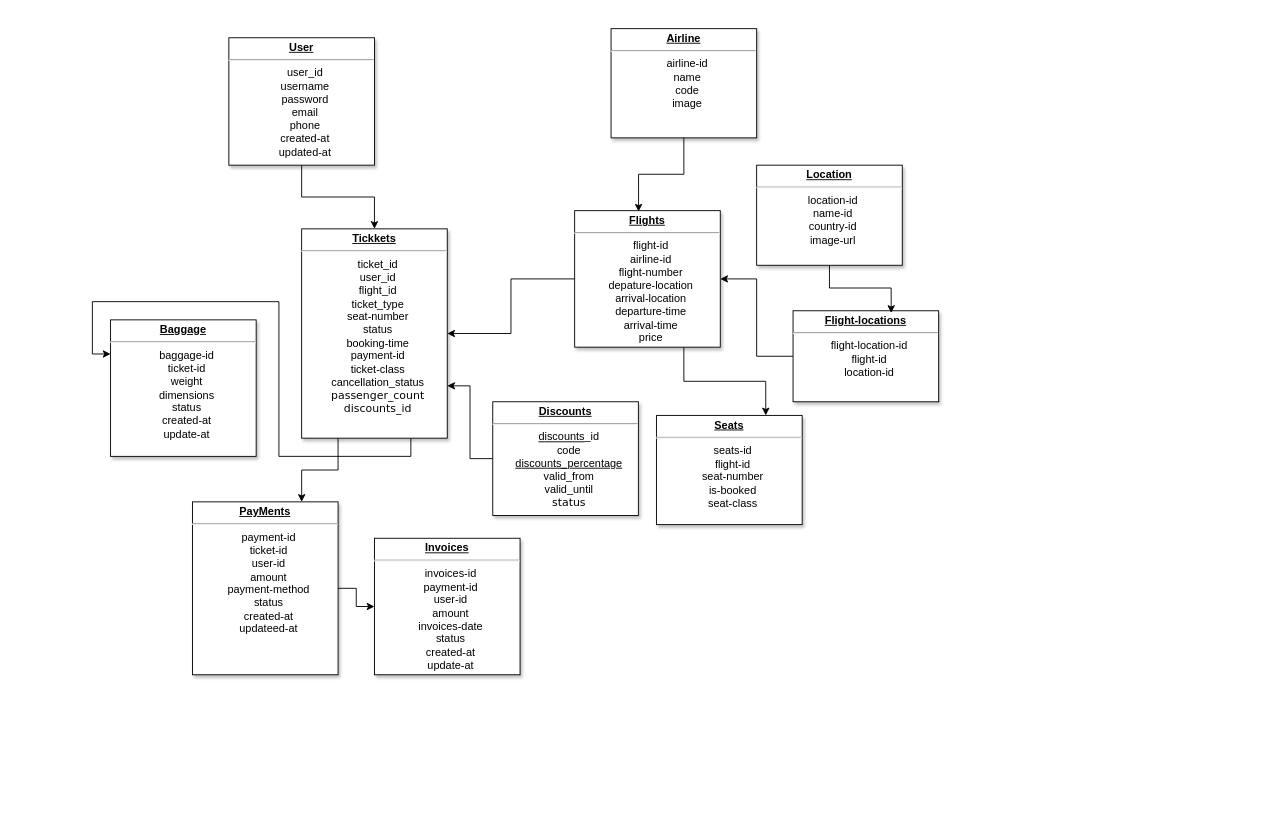
DungZG/TrackingFlight keeps this draw.io diagram as page "DataBase" (1 of 4) of Biểu đồ không có tiêu đề.drawio. Above is the earlier version. Source tidied: cells renumbered, new cells numbered last; positions are measured from the earlier drawing's top-left corner, leaving out a move shared by most shapes. Both pictures are drawn from the tidied source at 91%, with x=0, y=0 at pixel (110, 28).
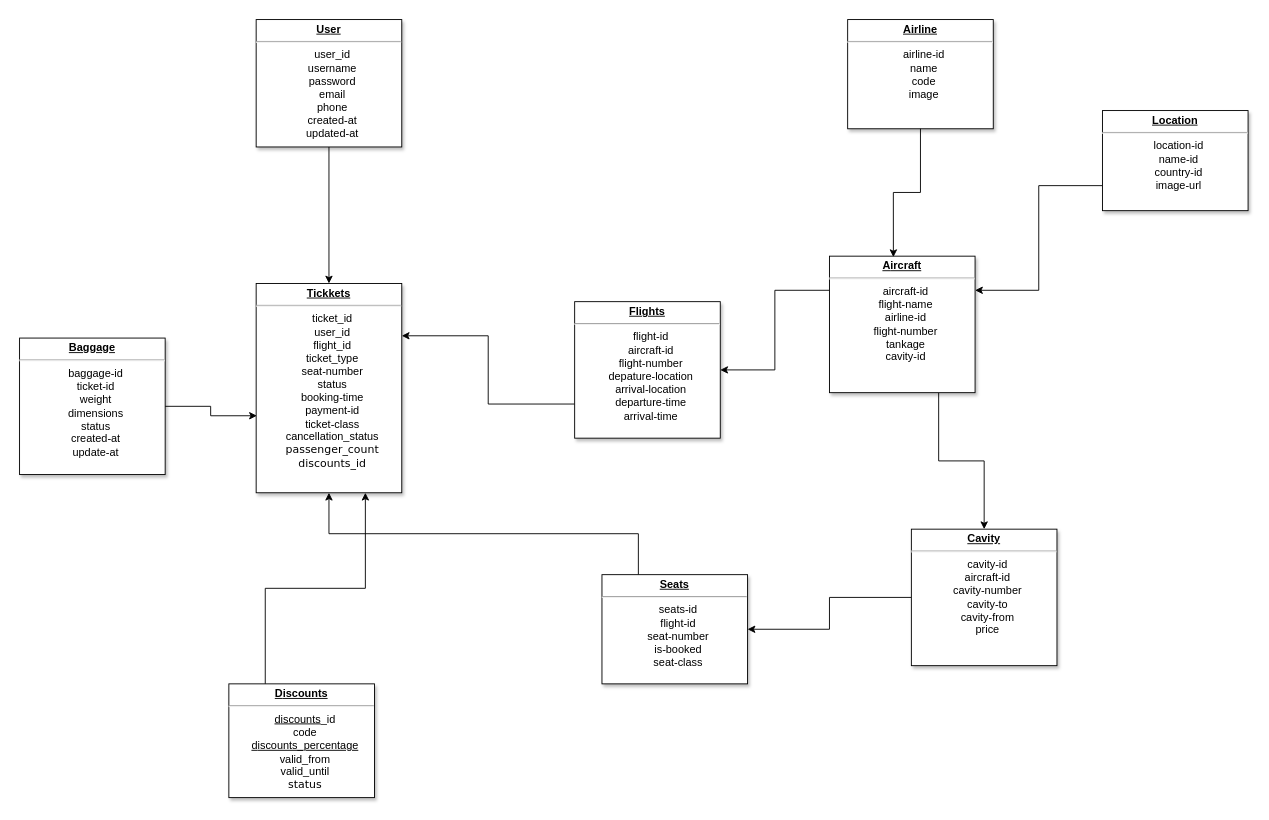
The same diagram, later.

Commit message:
Cập nhật Biểu đồ không có tiêu đề.drawio

What changed in the source:
```diff
@@
     <mxCell id="3" value="&lt;p style=&quot;text-align: center; margin: 4px 0px 0px;&quot;&gt;&lt;b style=&quot;text-decoration-line: underline;&quot;&gt;Us&lt;/b&gt;&lt;span style=&quot;background-color: transparent;&quot;&gt;&lt;b&gt;&lt;u&gt;er&lt;/u&gt;&lt;/b&gt;&lt;/span&gt;&lt;/p&gt;&lt;hr style=&quot;text-align: center;&quot;&gt;&lt;p style=&quot;text-align: center; margin: 0px 0px 0px 8px;&quot;&gt;user_id&lt;/p&gt;&lt;p style=&quot;text-align: center; margin: 0px 0px 0px 8px;&quot;&gt;username&lt;/p&gt;&lt;p style=&quot;text-align: center; margin: 0px 0px 0px 8px;&quot;&gt;password&lt;/p&gt;&lt;p style=&quot;text-align: center; margin: 0px 0px 0px 8px;&quot;&gt;email&lt;/p&gt;&lt;p style=&quot;text-align: center; margin: 0px 0px 0px 8px;&quot;&gt;phone&lt;/p&gt;&lt;p style=&quot;text-align: center; margin: 0px 0px 0px 8px;&quot;&gt;created-at&lt;/p&gt;&lt;p style=&quot;text-align: center; margin: 0px 0px 0px 8px;&quot;&gt;updated-at&lt;/p&gt;" style="verticalAlign=top;align=left;overflow=fill;fontSize=12;fontFamily=Helvetica;html=1;shadow=1;labelBackgroundColor=none;" parent="1" vertex="1">
-      <mxGeometry x="130" y="10" width="160" height="140" as="geometry" />
+      <mxGeometry x="160" y="-10" width="160" height="140" as="geometry" />
     </mxCell>
-    <mxCell id="4" style="edgeStyle=orthogonalEdgeStyle;rounded=0;jettySize=auto;html=1;exitX=0.75;exitY=1;exitDx=0;exitDy=0;entryX=0;entryY=0.25;entryDx=0;entryDy=0;labelBackgroundColor=none;fontColor=default;" parent="1" edge="1" source="6" target="7">
-      <mxGeometry relative="1" as="geometry" />
-    </mxCell>
-    <mxCell id="5" style="edgeStyle=orthogonalEdgeStyle;rounded=0;jettySize=auto;html=1;exitX=0.25;exitY=1;exitDx=0;exitDy=0;entryX=0.75;entryY=0;entryDx=0;entryDy=0;" parent="1" edge="1" source="6" target="19">
-      <mxGeometry relative="1" as="geometry" />
-    </mxCell>
     <mxCell id="6" value="&lt;p style=&quot;text-align: center; margin: 4px 0px 0px;&quot;&gt;&lt;b&gt;&lt;u&gt;Tickkets&lt;/u&gt;&lt;/b&gt;&lt;/p&gt;&lt;hr style=&quot;text-align: center;&quot;&gt;&lt;p style=&quot;text-align: center; margin: 0px 0px 0px 8px;&quot;&gt;ticket_id&lt;/p&gt;&lt;p style=&quot;text-align: center; margin: 0px 0px 0px 8px;&quot;&gt;user_id&lt;/p&gt;&lt;p style=&quot;text-align: center; margin: 0px 0px 0px 8px;&quot;&gt;flight_id&lt;/p&gt;&lt;p style=&quot;text-align: center; margin: 0px 0px 0px 8px;&quot;&gt;ticket_type&lt;/p&gt;&lt;p style=&quot;text-align: center; margin: 0px 0px 0px 8px;&quot;&gt;seat-number&lt;/p&gt;&lt;p style=&quot;text-align: center; margin: 0px 0px 0px 8px;&quot;&gt;status&lt;/p&gt;&lt;p style=&quot;text-align: center; margin: 0px 0px 0px 8px;&quot;&gt;booking-time&lt;/p&gt;&lt;p style=&quot;text-align: center; margin: 0px 0px 0px 8px;&quot;&gt;payment-id&lt;/p&gt;&lt;p style=&quot;text-align: center; margin: 0px 0px 0px 8px;&quot;&gt;ticket-class&lt;/p&gt;&lt;p style=&quot;text-align: center; margin: 0px 0px 0px 8px;&quot;&gt;cancellation_status&lt;/p&gt;&lt;p style=&quot;text-align: center; margin: 0px 0px 0px 8px;&quot;&gt;&lt;span style=&quot;font-family: &amp;quot;trebuchet ms&amp;quot;, verdana, arial, sans-serif; text-align: start;&quot;&gt;&lt;font&gt;passenger_count&lt;/font&gt;&lt;/span&gt;&lt;/p&gt;&lt;p style=&quot;text-align: center; margin: 0px 0px 0px 8px;&quot;&gt;&lt;span style=&quot;font-family: &amp;quot;trebuchet ms&amp;quot;, verdana, arial, sans-serif; text-align: start;&quot;&gt;&lt;font&gt;discounts_id&lt;/font&gt;&lt;/span&gt;&lt;/p&gt;" style="verticalAlign=top;align=left;overflow=fill;fontSize=12;fontFamily=Helvetica;html=1;shadow=1;labelBackgroundColor=none;" parent="1" vertex="1">
-      <mxGeometry x="210" y="220" width="160" height="230" as="geometry" />
+      <mxGeometry x="160" y="280" width="160" height="230" as="geometry" />
     </mxCell>
     <mxCell id="7" value="&lt;p style=&quot;text-align: center; margin: 4px 0px 0px;&quot;&gt;&lt;b&gt;&lt;u&gt;Baggage&lt;/u&gt;&lt;/b&gt;&lt;/p&gt;&lt;hr style=&quot;text-align: center;&quot;&gt;&lt;p style=&quot;text-align: center; margin: 0px 0px 0px 8px;&quot;&gt;baggage-id&lt;/p&gt;&lt;p style=&quot;text-align: center; margin: 0px 0px 0px 8px;&quot;&gt;ticket-id&lt;/p&gt;&lt;p style=&quot;text-align: center; margin: 0px 0px 0px 8px;&quot;&gt;weight&lt;/p&gt;&lt;p style=&quot;text-align: center; margin: 0px 0px 0px 8px;&quot;&gt;dimensions&lt;/p&gt;&lt;p style=&quot;text-align: center; margin: 0px 0px 0px 8px;&quot;&gt;status&lt;/p&gt;&lt;p style=&quot;text-align: center; margin: 0px 0px 0px 8px;&quot;&gt;created-at&lt;/p&gt;&lt;p style=&quot;text-align: center; margin: 0px 0px 0px 8px;&quot;&gt;update-at&lt;/p&gt;" style="verticalAlign=top;align=left;overflow=fill;fontSize=12;fontFamily=Helvetica;html=1;shadow=1;labelBackgroundColor=none;" parent="1" vertex="1">
-      <mxGeometry y="320" width="160" height="150" as="geometry" />
+      <mxGeometry x="-100" y="340" width="160" height="150" as="geometry" />
     </mxCell>
-    <mxCell id="8" style="edgeStyle=orthogonalEdgeStyle;rounded=0;jettySize=auto;html=1;entryX=1;entryY=0.5;entryDx=0;entryDy=0;labelBackgroundColor=none;fontColor=default;" parent="1" edge="1" source="10" target="6">
-      <mxGeometry relative="1" as="geometry" />
-    </mxCell>
-    <mxCell id="9" style="edgeStyle=orthogonalEdgeStyle;rounded=0;jettySize=auto;html=1;exitX=0.75;exitY=1;exitDx=0;exitDy=0;entryX=0.75;entryY=0;entryDx=0;entryDy=0;" parent="1" edge="1" source="10" target="11">
-      <mxGeometry relative="1" as="geometry" />
-    </mxCell>
+    <mxCell id="23" style="edgeStyle=orthogonalEdgeStyle;rounded=0;jettySize=auto;html=1;exitX=0;exitY=0.25;exitDx=0;exitDy=0;entryX=1;entryY=0.5;entryDx=0;entryDy=0;" parent="1" edge="1" source="10" target="29">
+      <mxGeometry relative="1" as="geometry" />
+    </mxCell>
+    <mxCell id="24" style="edgeStyle=orthogonalEdgeStyle;rounded=0;jettySize=auto;html=1;exitX=0.75;exitY=1;exitDx=0;exitDy=0;entryX=0.5;entryY=0;entryDx=0;entryDy=0;" parent="1" edge="1" source="10" target="31">
+      <mxGeometry relative="1" as="geometry" />
+    </mxCell>
-    <mxCell id="10" value="&lt;p style=&quot;text-align: center; margin: 4px 0px 0px;&quot;&gt;&lt;b&gt;&lt;u&gt;Flights&lt;/u&gt;&lt;/b&gt;&lt;/p&gt;&lt;hr style=&quot;text-align: center;&quot;&gt;&lt;p style=&quot;text-align: center; margin: 0px 0px 0px 8px;&quot;&gt;flight-id&lt;/p&gt;&lt;p style=&quot;text-align: center; margin: 0px 0px 0px 8px;&quot;&gt;airline-id&lt;/p&gt;&lt;p style=&quot;text-align: center; margin: 0px 0px 0px 8px;&quot;&gt;flight-number&lt;/p&gt;&lt;p style=&quot;text-align: center; margin: 0px 0px 0px 8px;&quot;&gt;depature-location&lt;/p&gt;&lt;p style=&quot;text-align: center; margin: 0px 0px 0px 8px;&quot;&gt;arrival-location&lt;/p&gt;&lt;p style=&quot;text-align: center; margin: 0px 0px 0px 8px;&quot;&gt;departure-time&lt;/p&gt;&lt;p style=&quot;text-align: center; margin: 0px 0px 0px 8px;&quot;&gt;arrival-time&lt;/p&gt;&lt;p style=&quot;text-align: center; margin: 0px 0px 0px 8px;&quot;&gt;price&lt;/p&gt;" style="verticalAlign=top;align=left;overflow=fill;fontSize=12;fontFamily=Helvetica;html=1;shadow=1;labelBackgroundColor=none;" parent="1" vertex="1">
-      <mxGeometry x="510" y="200" width="160" height="150" as="geometry" />
+    <mxCell id="10" value="&lt;p style=&quot;text-align: center; margin: 4px 0px 0px;&quot;&gt;&lt;b&gt;&lt;u&gt;A&lt;/u&gt;&lt;/b&gt;&lt;span style=&quot;background-color: transparent;&quot;&gt;&lt;b&gt;&lt;u&gt;ircraft&lt;/u&gt;&lt;/b&gt;&lt;/span&gt;&lt;/p&gt;&lt;hr style=&quot;text-align: center;&quot;&gt;&lt;p style=&quot;text-align: center; margin: 0px 0px 0px 8px;&quot;&gt;aircraft-id&lt;/p&gt;&lt;p style=&quot;text-align: center; margin: 0px 0px 0px 8px;&quot;&gt;flight-name&lt;/p&gt;&lt;p style=&quot;text-align: center; margin: 0px 0px 0px 8px;&quot;&gt;airline-id&lt;/p&gt;&lt;p style=&quot;text-align: center; margin: 0px 0px 0px 8px;&quot;&gt;flight-number&lt;/p&gt;&lt;p style=&quot;text-align: center; margin: 0px 0px 0px 8px;&quot;&gt;tankage&lt;/p&gt;&lt;p style=&quot;text-align: center; margin: 0px 0px 0px 8px;&quot;&gt;cavity-id&lt;/p&gt;&lt;p style=&quot;text-align: center; margin: 0px 0px 0px 8px;&quot;&gt;&lt;br&gt;&lt;/p&gt;&lt;p style=&quot;text-align: center; margin: 0px 0px 0px 8px;&quot;&gt;&lt;br&gt;&lt;/p&gt;" style="verticalAlign=top;align=left;overflow=fill;fontSize=12;fontFamily=Helvetica;html=1;shadow=1;labelBackgroundColor=none;" parent="1" vertex="1">
+      <mxGeometry x="790" y="250" width="160" height="150" as="geometry" />
     </mxCell>
+    <mxCell id="25" style="edgeStyle=orthogonalEdgeStyle;rounded=0;jettySize=auto;html=1;exitX=0.25;exitY=0;exitDx=0;exitDy=0;entryX=0.5;entryY=1;entryDx=0;entryDy=0;" parent="1" edge="1" source="11" target="6">
+      <mxGeometry relative="1" as="geometry" />
+    </mxCell>
     <mxCell id="11" value="&lt;p style=&quot;text-align: center; margin: 4px 0px 0px;&quot;&gt;&lt;b&gt;&lt;u&gt;Seats&lt;/u&gt;&lt;/b&gt;&lt;/p&gt;&lt;hr style=&quot;text-align: center;&quot;&gt;&lt;p style=&quot;text-align: center; margin: 0px 0px 0px 8px;&quot;&gt;seats-id&lt;/p&gt;&lt;p style=&quot;text-align: center; margin: 0px 0px 0px 8px;&quot;&gt;flight-id&lt;/p&gt;&lt;p style=&quot;text-align: center; margin: 0px 0px 0px 8px;&quot;&gt;seat-number&lt;/p&gt;&lt;p style=&quot;text-align: center; margin: 0px 0px 0px 8px;&quot;&gt;is-booked&lt;/p&gt;&lt;p style=&quot;text-align: center; margin: 0px 0px 0px 8px;&quot;&gt;seat-class&lt;/p&gt;" style="verticalAlign=top;align=left;overflow=fill;fontSize=12;fontFamily=Helvetica;html=1;shadow=1;labelBackgroundColor=none;" parent="1" vertex="1">
-      <mxGeometry x="600" y="425" width="160" height="120" as="geometry" />
+      <mxGeometry x="540" y="600" width="160" height="120" as="geometry" />
     </mxCell>
     <mxCell id="12" value="&lt;p style=&quot;text-align: center; margin: 4px 0px 0px;&quot;&gt;&lt;b&gt;&lt;u&gt;A&lt;/u&gt;&lt;/b&gt;&lt;span style=&quot;background-color: transparent;&quot;&gt;&lt;b&gt;&lt;u&gt;irline&lt;/u&gt;&lt;/b&gt;&lt;/span&gt;&lt;/p&gt;&lt;hr style=&quot;text-align: center;&quot;&gt;&lt;p style=&quot;text-align: center; margin: 0px 0px 0px 8px;&quot;&gt;airline-id&lt;/p&gt;&lt;p style=&quot;text-align: center; margin: 0px 0px 0px 8px;&quot;&gt;name&lt;/p&gt;&lt;p style=&quot;text-align: center; margin: 0px 0px 0px 8px;&quot;&gt;code&lt;/p&gt;&lt;p style=&quot;text-align: center; margin: 0px 0px 0px 8px;&quot;&gt;image&lt;/p&gt;" style="verticalAlign=top;align=left;overflow=fill;fontSize=12;fontFamily=Helvetica;html=1;shadow=1;labelBackgroundColor=none;" parent="1" vertex="1">
-      <mxGeometry x="550" width="160" height="120" as="geometry" />
+      <mxGeometry x="810" y="-10" width="160" height="120" as="geometry" />
     </mxCell>
-    <mxCell id="13" style="edgeStyle=orthogonalEdgeStyle;rounded=0;jettySize=auto;html=1;entryX=1;entryY=0.5;entryDx=0;entryDy=0;" parent="1" edge="1" source="14" target="10">
-      <mxGeometry relative="1" as="geometry" />
-    </mxCell>
-    <mxCell id="14" value="&lt;p style=&quot;text-align: center; margin: 4px 0px 0px;&quot;&gt;&lt;b&gt;&lt;u&gt;Flight-locations&lt;/u&gt;&lt;/b&gt;&lt;/p&gt;&lt;hr style=&quot;text-align: center;&quot;&gt;&lt;p style=&quot;text-align: center; margin: 0px 0px 0px 8px;&quot;&gt;flight-location-id&lt;/p&gt;&lt;p style=&quot;text-align: center; margin: 0px 0px 0px 8px;&quot;&gt;flight-id&lt;/p&gt;&lt;p style=&quot;text-align: center; margin: 0px 0px 0px 8px;&quot;&gt;location-id&lt;/p&gt;" style="verticalAlign=top;align=left;overflow=fill;fontSize=12;fontFamily=Helvetica;html=1;shadow=1;labelBackgroundColor=none;" parent="1" vertex="1">
-      <mxGeometry x="750" y="310" width="160" height="100" as="geometry" />
-    </mxCell>
+    <mxCell id="26" style="edgeStyle=orthogonalEdgeStyle;rounded=0;jettySize=auto;html=1;exitX=0;exitY=0.75;exitDx=0;exitDy=0;entryX=1;entryY=0.25;entryDx=0;entryDy=0;" parent="1" edge="1" source="15" target="10">
+      <mxGeometry relative="1" as="geometry" />
+    </mxCell>
     <mxCell id="15" value="&lt;p style=&quot;text-align: center; margin: 4px 0px 0px;&quot;&gt;&lt;b&gt;&lt;u&gt;Location&lt;/u&gt;&lt;/b&gt;&lt;/p&gt;&lt;hr style=&quot;text-align: center;&quot;&gt;&lt;p style=&quot;text-align: center; margin: 0px 0px 0px 8px;&quot;&gt;location-id&lt;/p&gt;&lt;p style=&quot;text-align: center; margin: 0px 0px 0px 8px;&quot;&gt;name-id&lt;/p&gt;&lt;p style=&quot;text-align: center; margin: 0px 0px 0px 8px;&quot;&gt;country-id&lt;/p&gt;&lt;p style=&quot;text-align: center; margin: 0px 0px 0px 8px;&quot;&gt;image-url&lt;/p&gt;" style="verticalAlign=top;align=left;overflow=fill;fontSize=12;fontFamily=Helvetica;html=1;shadow=1;labelBackgroundColor=none;" parent="1" vertex="1">
-      <mxGeometry x="710" y="150" width="160" height="110" as="geometry" />
+      <mxGeometry x="1090" y="90" width="160" height="110" as="geometry" />
     </mxCell>
@@
-    <mxCell id="17" style="edgeStyle=orthogonalEdgeStyle;rounded=0;jettySize=auto;html=1;entryX=0.674;entryY=0.024;entryDx=0;entryDy=0;entryPerimeter=0;labelBackgroundColor=none;fontColor=default;" parent="1" edge="1" source="15" target="14">
-      <mxGeometry relative="1" as="geometry" />
-    </mxCell>
-    <mxCell id="18" style="edgeStyle=orthogonalEdgeStyle;rounded=0;jettySize=auto;html=1;" parent="1" edge="1" source="19" target="20">
-      <mxGeometry relative="1" as="geometry" />
-    </mxCell>
-    <mxCell id="19" value="&lt;p style=&quot;text-align: center; margin: 4px 0px 0px;&quot;&gt;&lt;b&gt;&lt;u&gt;PayMents&lt;/u&gt;&lt;/b&gt;&lt;/p&gt;&lt;hr style=&quot;text-align: center;&quot;&gt;&lt;p style=&quot;text-align: center; margin: 0px 0px 0px 8px;&quot;&gt;payment-id&lt;/p&gt;&lt;p style=&quot;text-align: center; margin: 0px 0px 0px 8px;&quot;&gt;ticket-id&lt;/p&gt;&lt;p style=&quot;text-align: center; margin: 0px 0px 0px 8px;&quot;&gt;user-id&lt;/p&gt;&lt;p style=&quot;text-align: center; margin: 0px 0px 0px 8px;&quot;&gt;amount&lt;/p&gt;&lt;p style=&quot;text-align: center; margin: 0px 0px 0px 8px;&quot;&gt;payment-method&lt;/p&gt;&lt;p style=&quot;text-align: center; margin: 0px 0px 0px 8px;&quot;&gt;status&lt;/p&gt;&lt;p style=&quot;text-align: center; margin: 0px 0px 0px 8px;&quot;&gt;created-at&lt;/p&gt;&lt;p style=&quot;text-align: center; margin: 0px 0px 0px 8px;&quot;&gt;updateed-at&lt;/p&gt;" style="verticalAlign=top;align=left;overflow=fill;fontSize=12;fontFamily=Helvetica;html=1;shadow=1;labelBackgroundColor=none;" parent="1" vertex="1">
-      <mxGeometry x="90" y="520" width="160" height="190" as="geometry" />
-    </mxCell>
-    <mxCell id="20" value="&lt;p style=&quot;text-align: center; margin: 4px 0px 0px;&quot;&gt;&lt;b&gt;&lt;u&gt;Invoices&lt;/u&gt;&lt;/b&gt;&lt;/p&gt;&lt;hr style=&quot;text-align: center;&quot;&gt;&lt;p style=&quot;text-align: center; margin: 0px 0px 0px 8px;&quot;&gt;invoices-id&lt;/p&gt;&lt;p style=&quot;text-align: center; margin: 0px 0px 0px 8px;&quot;&gt;payment-id&lt;/p&gt;&lt;p style=&quot;text-align: center; margin: 0px 0px 0px 8px;&quot;&gt;user-id&lt;/p&gt;&lt;p style=&quot;text-align: center; margin: 0px 0px 0px 8px;&quot;&gt;amount&lt;/p&gt;&lt;p style=&quot;text-align: center; margin: 0px 0px 0px 8px;&quot;&gt;invoices-date&lt;/p&gt;&lt;p style=&quot;text-align: center; margin: 0px 0px 0px 8px;&quot;&gt;status&lt;/p&gt;&lt;p style=&quot;text-align: center; margin: 0px 0px 0px 8px;&quot;&gt;created-at&lt;/p&gt;&lt;p style=&quot;text-align: center; margin: 0px 0px 0px 8px;&quot;&gt;update-at&lt;/p&gt;" style="verticalAlign=top;align=left;overflow=fill;fontSize=12;fontFamily=Helvetica;html=1;shadow=1;labelBackgroundColor=none;" parent="1" vertex="1">
-      <mxGeometry x="290" y="560" width="160" height="150" as="geometry" />
-    </mxCell>
-    <mxCell id="21" style="edgeStyle=orthogonalEdgeStyle;rounded=0;jettySize=auto;html=1;entryX=1;entryY=0.75;entryDx=0;entryDy=0;" parent="1" edge="1" source="22" target="6">
+    <mxCell id="21" style="edgeStyle=orthogonalEdgeStyle;rounded=0;jettySize=auto;html=1;exitX=0.25;exitY=0;exitDx=0;exitDy=0;entryX=0.75;entryY=1;entryDx=0;entryDy=0;" parent="1" edge="1" source="22" target="6">
       <mxGeometry relative="1" as="geometry" />
     </mxCell>
     <mxCell id="22" value="&lt;p style=&quot;text-align: center; margin: 4px 0px 0px;&quot;&gt;&lt;b&gt;&lt;u&gt;D&lt;/u&gt;&lt;/b&gt;&lt;span style=&quot;background-color: transparent;&quot;&gt;&lt;b&gt;&lt;u&gt;iscounts&lt;/u&gt;&lt;/b&gt;&lt;/span&gt;&lt;/p&gt;&lt;hr style=&quot;text-align: center;&quot;&gt;&lt;p style=&quot;text-align: center; margin: 0px 0px 0px 8px;&quot;&gt;&lt;font&gt;&lt;span style=&quot;background-color: transparent; color: light-dark(rgb(0, 0, 0), rgb(255, 255, 255));&quot;&gt;&lt;u style=&quot;&quot;&gt;d&lt;/u&gt;&lt;/span&gt;&lt;/font&gt;&lt;span style=&quot;background-color: transparent; text-align: left;&quot;&gt;&lt;u&gt;iscounts&lt;/u&gt;&lt;/span&gt;&lt;span style=&quot;background-color: transparent; color: light-dark(rgb(0, 0, 0), rgb(255, 255, 255));&quot;&gt;_id&lt;/span&gt;&lt;/p&gt;&lt;p style=&quot;text-align: center; margin: 0px 0px 0px 8px;&quot;&gt;&lt;span style=&quot;text-align: start; background-color: transparent; color: light-dark(rgb(0, 0, 0), rgb(255, 255, 255));&quot;&gt;code&lt;/span&gt;&lt;/p&gt;&lt;p style=&quot;text-align: center; margin: 0px 0px 0px 8px;&quot;&gt;&lt;span style=&quot;background-color: transparent; color: light-dark(rgb(0, 0, 0), rgb(255, 255, 255));&quot;&gt;&lt;u&gt;d&lt;/u&gt;&lt;/span&gt;&lt;span style=&quot;background-color: transparent; text-align: left;&quot;&gt;&lt;u&gt;iscounts_percentage&lt;/u&gt;&lt;/span&gt;&lt;/p&gt;&lt;p style=&quot;text-align: center; margin: 0px 0px 0px 8px;&quot;&gt;valid_from&lt;/p&gt;&lt;p style=&quot;text-align: center; margin: 0px 0px 0px 8px;&quot;&gt;valid_until&lt;/p&gt;&lt;p style=&quot;text-align: center; margin: 0px 0px 0px 8px;&quot;&gt;&lt;font face=&quot;trebuchet ms, verdana, arial, sans-serif&quot;&gt;status&lt;/font&gt;&lt;/p&gt;&lt;p style=&quot;text-align: center; margin: 0px 0px 0px 8px;&quot;&gt;&lt;br&gt;&lt;/p&gt;&lt;p style=&quot;text-align: center; margin: 0px 0px 0px 8px;&quot;&gt;&lt;br&gt;&lt;/p&gt;" style="verticalAlign=top;align=left;overflow=fill;fontSize=12;fontFamily=Helvetica;html=1;shadow=1;labelBackgroundColor=none;" parent="1" vertex="1">
-      <mxGeometry x="420" y="410" width="160" height="125" as="geometry" />
+      <mxGeometry x="130" y="720" width="160" height="125" as="geometry" />
     </mxCell>
+    <mxCell id="27" style="edgeStyle=orthogonalEdgeStyle;rounded=0;jettySize=auto;html=1;entryX=0.005;entryY=0.632;entryDx=0;entryDy=0;entryPerimeter=0;" parent="1" edge="1" source="7" target="6">
+      <mxGeometry relative="1" as="geometry" />
+    </mxCell>
+    <mxCell id="28" style="edgeStyle=orthogonalEdgeStyle;rounded=0;jettySize=auto;html=1;exitX=0;exitY=0.75;exitDx=0;exitDy=0;entryX=1;entryY=0.25;entryDx=0;entryDy=0;" parent="1" edge="1" source="29" target="6">
+      <mxGeometry relative="1" as="geometry" />
+    </mxCell>
+    <mxCell id="29" value="&lt;p style=&quot;text-align: center; margin: 4px 0px 0px;&quot;&gt;&lt;b&gt;&lt;u&gt;Flights&lt;/u&gt;&lt;/b&gt;&lt;/p&gt;&lt;hr style=&quot;text-align: center;&quot;&gt;&lt;p style=&quot;text-align: center; margin: 0px 0px 0px 8px;&quot;&gt;flight-id&lt;/p&gt;&lt;p style=&quot;text-align: center; margin: 0px 0px 0px 8px;&quot;&gt;aircraft-id&lt;/p&gt;&lt;p style=&quot;text-align: center; margin: 0px 0px 0px 8px;&quot;&gt;flight-number&lt;/p&gt;&lt;p style=&quot;text-align: center; margin: 0px 0px 0px 8px;&quot;&gt;depature-location&lt;/p&gt;&lt;p style=&quot;text-align: center; margin: 0px 0px 0px 8px;&quot;&gt;arrival-location&lt;/p&gt;&lt;p style=&quot;text-align: center; margin: 0px 0px 0px 8px;&quot;&gt;departure-time&lt;/p&gt;&lt;p style=&quot;text-align: center; margin: 0px 0px 0px 8px;&quot;&gt;arrival-time&lt;/p&gt;&lt;p style=&quot;text-align: center; margin: 0px 0px 0px 8px;&quot;&gt;&lt;br&gt;&lt;/p&gt;" style="verticalAlign=top;align=left;overflow=fill;fontSize=12;fontFamily=Helvetica;html=1;shadow=1;labelBackgroundColor=none;" parent="1" vertex="1">
+      <mxGeometry x="510" y="300" width="160" height="150" as="geometry" />
+    </mxCell>
+    <mxCell id="30" style="edgeStyle=orthogonalEdgeStyle;rounded=0;jettySize=auto;html=1;exitX=0;exitY=0.5;exitDx=0;exitDy=0;entryX=1;entryY=0.5;entryDx=0;entryDy=0;" parent="1" edge="1" source="31" target="11">
+      <mxGeometry relative="1" as="geometry" />
+    </mxCell>
+    <mxCell id="31" value="&lt;p style=&quot;text-align: center; margin: 4px 0px 0px;&quot;&gt;&lt;b&gt;&lt;u&gt;Cavity&lt;/u&gt;&lt;/b&gt;&lt;/p&gt;&lt;hr style=&quot;text-align: center;&quot;&gt;&lt;p style=&quot;text-align: center; margin: 0px 0px 0px 8px;&quot;&gt;cavity-id&lt;/p&gt;&lt;p style=&quot;text-align: center; margin: 0px 0px 0px 8px;&quot;&gt;aircraft-id&lt;/p&gt;&lt;p style=&quot;text-align: center; margin: 0px 0px 0px 8px;&quot;&gt;cavity-number&lt;/p&gt;&lt;p style=&quot;text-align: center; margin: 0px 0px 0px 8px;&quot;&gt;cavity-to&lt;/p&gt;&lt;p style=&quot;text-align: center; margin: 0px 0px 0px 8px;&quot;&gt;cavity-from&lt;/p&gt;&lt;p style=&quot;text-align: center; margin: 0px 0px 0px 8px;&quot;&gt;price&lt;/p&gt;" style="verticalAlign=top;align=left;overflow=fill;fontSize=12;fontFamily=Helvetica;html=1;shadow=1;labelBackgroundColor=none;" parent="1" vertex="1">
+      <mxGeometry x="880" y="550" width="160" height="150" as="geometry" />
+    </mxCell>
```
